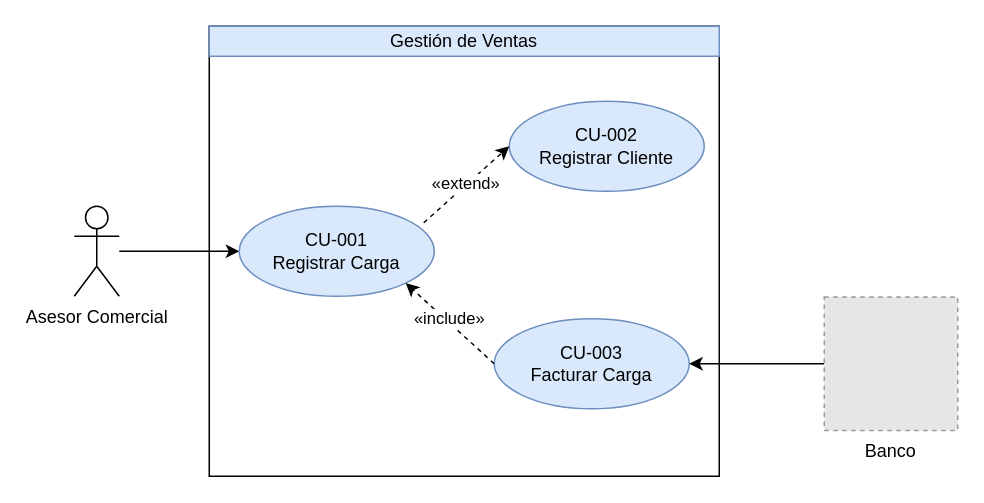
The draw.io diagram page "Gestión Ventas" (1 of 2) of [MDS]/(FINAL)/DrawIO/Diagrama Casos de Uso (Gestiones 1 y 2).drawio in zherar7ordoya/AP6, before the edit. Source tidied: cells renumbered, new cells numbered last; positions are measured from the earlier drawing's top-left corner, leaving out a move shared by most shapes. Both pictures are drawn from the tidied source at 150%, with x=0, y=0 at pixel (74, 26). Pictures stored in the file or linked from it are replaced by grey dashed boxes.
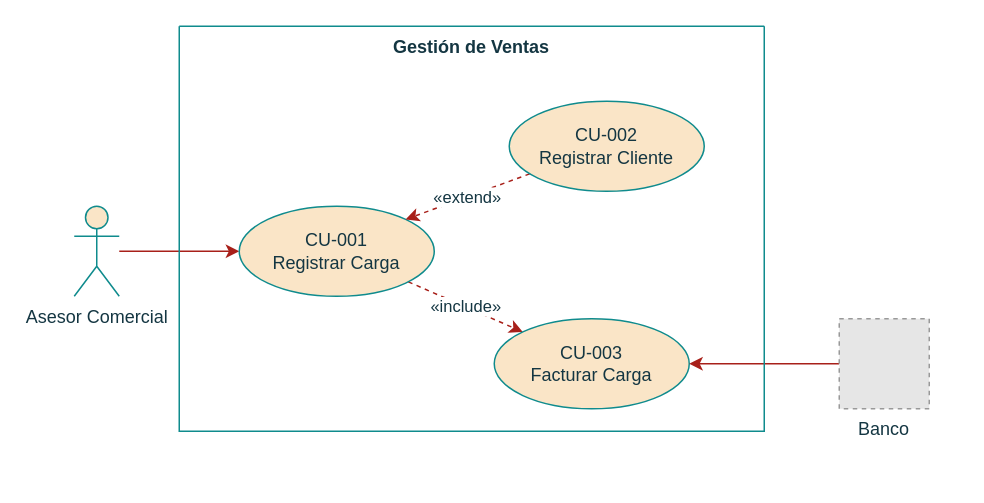
The same page after the edit.

The edit, as a diff of the source:
```diff
@@
 <mxGraphModel>
   <root>
     <mxCell id="0" />
     <mxCell id="1" parent="0" />
-    <mxCell id="2" style="edgeStyle=orthogonalEdgeStyle;rounded=0;jettySize=auto;html=1;entryX=0;entryY=0.5;entryDx=0;entryDy=0;" parent="1" edge="1" source="3" target="6">
+    <mxCell id="2" style="edgeStyle=orthogonalEdgeStyle;rounded=0;jettySize=auto;html=1;entryX=0;entryY=0.5;entryDx=0;entryDy=0;labelBackgroundColor=none;strokeColor=#A8201A;fontColor=default;" parent="1" edge="1" source="3" target="6">
       <mxGeometry relative="1" as="geometry" />
     </mxCell>
-    <mxCell id="3" value="Asesor Comercial" style="shape=umlActor;verticalLabelPosition=bottom;verticalAlign=top;html=1;outlineConnect=0;" parent="1" vertex="1">
+    <mxCell id="3" value="Asesor Comercial" style="shape=umlActor;verticalLabelPosition=bottom;verticalAlign=top;html=1;outlineConnect=0;labelBackgroundColor=none;fillColor=#FAE5C7;strokeColor=#0F8B8D;fontColor=#143642;" parent="1" vertex="1">
       <mxGeometry y="120" width="30" height="60" as="geometry" />
     </mxCell>
-    <mxCell id="4" style="rounded=0;whiteSpace=wrap;html=1;fillColor=none;" parent="1" vertex="1">
-      <mxGeometry x="90" width="340" height="300" as="geometry" />
-    </mxCell>
-    <mxCell id="5" value="Gestión de Ventas" style="rounded=0;whiteSpace=wrap;html=1;fillColor=#dae8fc;strokeColor=#6c8ebf;" parent="1" vertex="1">
-      <mxGeometry x="90" width="340" height="20" as="geometry" />
-    </mxCell>
+    <mxCell id="12" value="«include»" style="rounded=0;jettySize=auto;html=1;entryX=0;entryY=0;entryDx=0;entryDy=0;strokeColor=#A8201A;fontColor=#143642;fillColor=#FAE5C7;dashed=1;" parent="1" edge="1" source="6" target="8">
+      <mxGeometry relative="1" as="geometry" />
+    </mxCell>
-    <mxCell id="6" value="CU-001&lt;br&gt;Registrar Carga" style="ellipse;whiteSpace=wrap;html=1;fillColor=#dae8fc;strokeColor=#6c8ebf;" parent="1" vertex="1">
+    <mxCell id="6" value="CU-001&lt;br&gt;Registrar Carga" style="ellipse;whiteSpace=wrap;html=1;fillColor=#FAE5C7;strokeColor=#0F8B8D;labelBackgroundColor=none;fontColor=#143642;" parent="1" vertex="1">
       <mxGeometry x="110" y="120" width="130" height="60" as="geometry" />
     </mxCell>
+    <mxCell id="10" value="«extend»" style="rounded=0;jettySize=auto;html=1;entryX=1;entryY=0;entryDx=0;entryDy=0;strokeColor=#A8201A;fontColor=#143642;fillColor=#FAE5C7;dashed=1;" parent="1" edge="1" source="7" target="6">
+      <mxGeometry relative="1" as="geometry" />
+    </mxCell>
-    <mxCell id="7" value="CU-002&lt;br&gt;Registrar Cliente" style="ellipse;whiteSpace=wrap;html=1;fillColor=#dae8fc;strokeColor=#6c8ebf;" parent="1" vertex="1">
+    <mxCell id="7" value="CU-002&lt;br&gt;Registrar Cliente" style="ellipse;whiteSpace=wrap;html=1;fillColor=#FAE5C7;strokeColor=#0F8B8D;labelBackgroundColor=none;fontColor=#143642;" parent="1" vertex="1">
       <mxGeometry x="290" y="50" width="130" height="60" as="geometry" />
     </mxCell>
-    <mxCell id="8" value="CU-003&lt;br&gt;Facturar Carga" style="ellipse;whiteSpace=wrap;html=1;fillColor=#dae8fc;strokeColor=#6c8ebf;" parent="1" vertex="1">
+    <mxCell id="8" value="CU-003&lt;br&gt;Facturar Carga" style="ellipse;whiteSpace=wrap;html=1;fillColor=#FAE5C7;strokeColor=#0F8B8D;labelBackgroundColor=none;fontColor=#143642;" parent="1" vertex="1">
       <mxGeometry x="280" y="195" width="130" height="60" as="geometry" />
     </mxCell>
-    <mxCell id="9" style="endArrow=classic;html=1;rounded=0;exitX=0.946;exitY=0.183;exitDx=0;exitDy=0;dashed=1;exitPerimeter=0;entryX=0;entryY=0.5;entryDx=0;entryDy=0;" parent="1" edge="1" source="6" target="7">
-      <mxGeometry relative="1" as="geometry" />
-    </mxCell>
-    <mxCell id="10" value="«extend»" style="edgeLabel;html=1;align=center;verticalAlign=middle;" parent="9" vertex="1">
-      <mxGeometry x="0.31" y="1" relative="1" as="geometry">
-        <mxPoint x="-9" y="8" as="offset" />
-      </mxGeometry>
-    </mxCell>
-    <mxCell id="11" style="endArrow=classic;html=1;rounded=0;entryX=1;entryY=1;entryDx=0;entryDy=0;exitX=0;exitY=0.5;exitDx=0;exitDy=0;dashed=1;" parent="1" edge="1" source="8" target="6">
-      <mxGeometry relative="1" as="geometry" />
-    </mxCell>
-    <mxCell id="12" value="«include»" style="edgeLabel;html=1;align=center;verticalAlign=middle;" parent="11" vertex="1">
-      <mxGeometry x="0.08" y="2" relative="1" as="geometry">
-        <mxPoint x="3" y="-3" as="offset" />
-      </mxGeometry>
-    </mxCell>
-    <mxCell id="13" style="edgeStyle=orthogonalEdgeStyle;rounded=0;jettySize=auto;html=1;entryX=1;entryY=0.5;entryDx=0;entryDy=0;" parent="1" edge="1" source="14" target="8">
+    <mxCell id="13" style="edgeStyle=orthogonalEdgeStyle;rounded=0;jettySize=auto;html=1;entryX=1;entryY=0.5;entryDx=0;entryDy=0;labelBackgroundColor=none;strokeColor=#A8201A;fontColor=default;" parent="1" edge="1" source="14" target="8">
       <mxGeometry relative="1" as="geometry" />
     </mxCell>
-    <mxCell id="14" value="Banco" style="fillColor=#E6E6E6;strokeColor=#999999;dashed=1;verticalLabelPosition=bottom;labelBackgroundColor=default;verticalAlign=top;" parent="1" vertex="1">
-      <mxGeometry x="500" y="180.5" width="89" height="89" as="geometry" />
+    <mxCell id="14" value="Banco" style="fillColor=#E6E6E6;strokeColor=#999999;dashed=1;verticalLabelPosition=bottom;labelBackgroundColor=none;verticalAlign=top;fontColor=#143642;" parent="1" vertex="1">
+      <mxGeometry x="510" y="195" width="60" height="60" as="geometry" />
     </mxCell>
+    <mxCell id="5" value="Gestión de Ventas" style="swimlane;startSize=0;strokeColor=#0F8B8D;fontColor=#143642;fillColor=#FAE5C7;verticalAlign=top;labelBackgroundColor=none;" parent="1" vertex="1">
+      <mxGeometry x="70" width="390" height="270" as="geometry" />
+    </mxCell>
   </root>
 </mxGraphModel>
```
